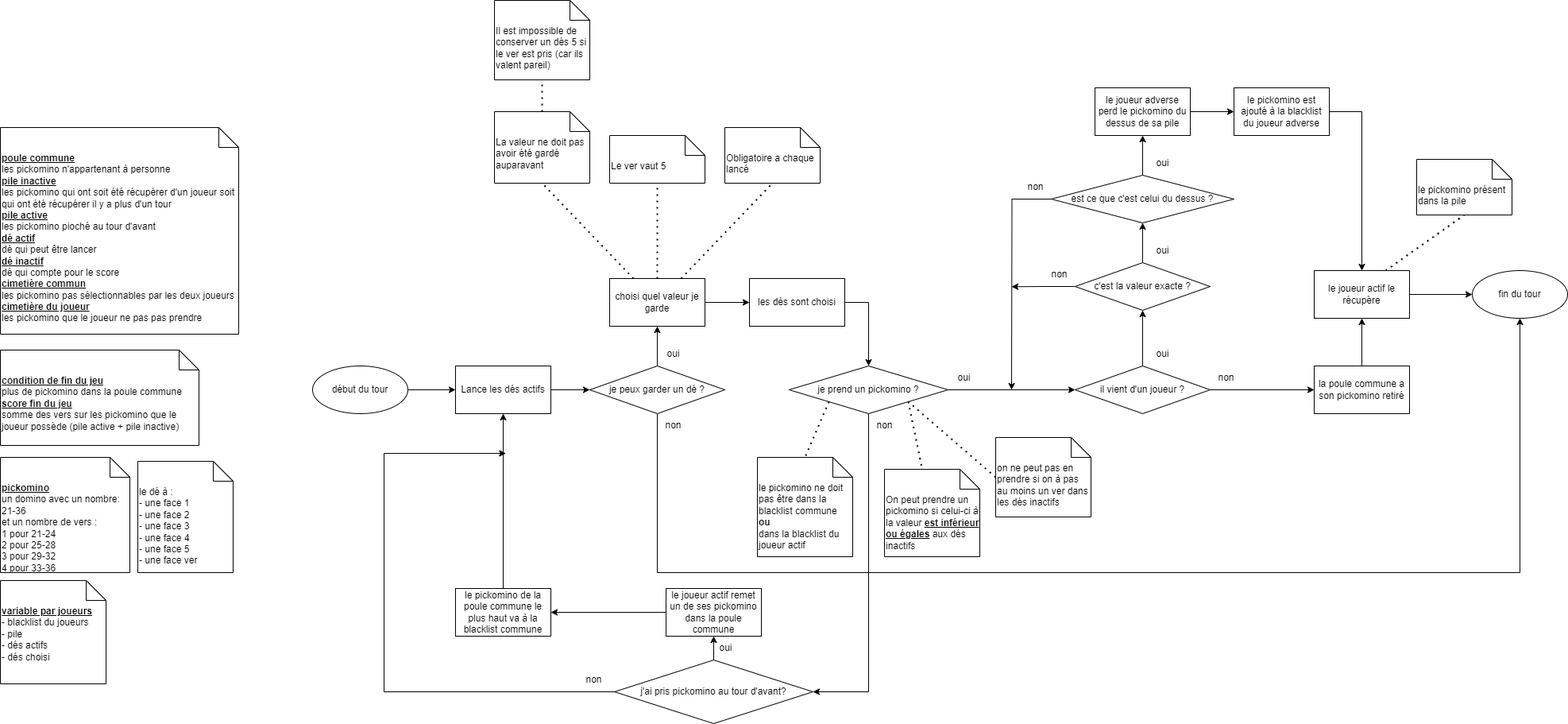
This is ressources/pickomino.png from Davosthecool/Pickomino, a draw.io export, as it was before one commit. Source tidied: cells renumbered, new cells last; positions are measured from the earlier drawing's top-left corner, leaving out a move shared by most shapes.
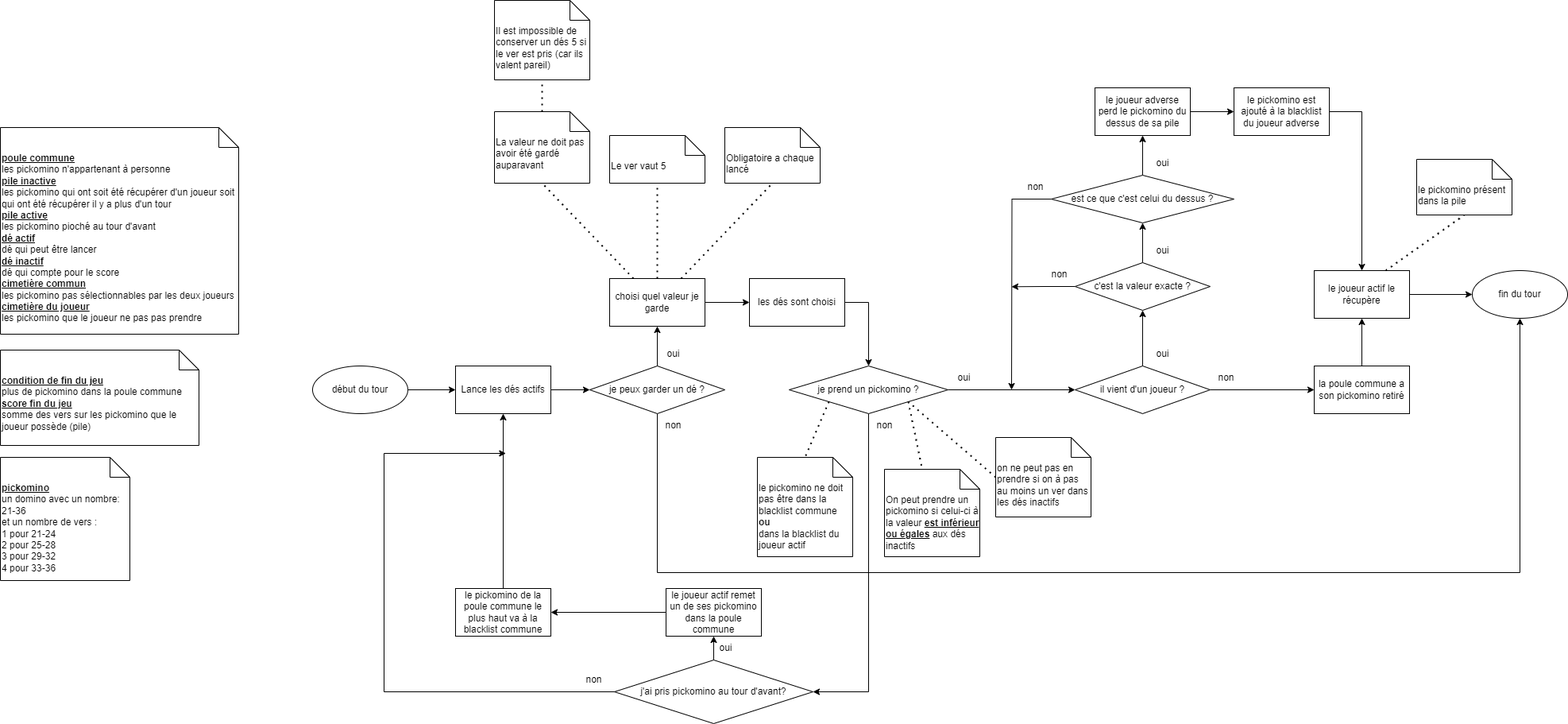
After the change.

Change to the diagram source:
```diff
@@ -127,9 +127,6 @@
     <mxCell id="41" value="le joueur actif le récupère" style="rounded=0;whiteSpace=wrap;html=1;" parent="1" vertex="1">
       <mxGeometry x="1654" y="340" width="120" height="60" as="geometry" />
     </mxCell>
-    <mxCell id="42" value="le dé à :&lt;br&gt;- une face 1&lt;br&gt;- une face 2&lt;br&gt;- une face 3&lt;br&gt;- une face 4&lt;br&gt;- une face 5&lt;br&gt;- une face ver" style="shape=note2;boundedLbl=1;whiteSpace=wrap;html=1;size=25;verticalAlign=top;align=left;" parent="1" vertex="1">
-      <mxGeometry x="173" y="580" width="120" height="140" as="geometry" />
-    </mxCell>
     <mxCell id="43" value="&lt;b&gt;&lt;u&gt;poule commune&lt;/u&gt;&lt;/b&gt;&lt;br&gt;les pickomino n'appartenant à personne&lt;br&gt;&lt;b&gt;&lt;u&gt;pile inactive&lt;br&gt;&lt;/u&gt;&lt;/b&gt;les pickomino qui ont soit été récupérer d'un joueur soit qui ont été récupérer il y a plus d'un tour&lt;br&gt;&lt;b style=&quot;text-decoration-line: underline;&quot;&gt;pile active&lt;/b&gt;&lt;br&gt;les pickomino pioché au tour d'avant&lt;br&gt;&lt;b&gt;&lt;u&gt;dé actif&lt;/u&gt;&lt;/b&gt;&lt;br&gt;dé qui peut être lancer&lt;br&gt;&lt;b&gt;&lt;u&gt;dé inactif&lt;/u&gt;&lt;/b&gt;&lt;br&gt;dé qui compte pour le score&lt;br&gt;&lt;b&gt;&lt;u&gt;cimetière commun&lt;/u&gt;&lt;/b&gt;&lt;br&gt;les pickomino pas sélectionnables par les deux joueurs&lt;br&gt;&lt;b&gt;&lt;u&gt;cimetière du joueur&lt;/u&gt;&lt;/b&gt;&lt;br&gt;les pickomino que le joueur ne pas pas prendre" style="shape=note2;boundedLbl=1;whiteSpace=wrap;html=1;size=25;verticalAlign=top;align=left;" parent="1" vertex="1">
       <mxGeometry y="160" width="300" height="260" as="geometry" />
     </mxCell>
@@ -215,12 +212,9 @@
     <mxCell id="67" style="endArrow=none;dashed=1;html=1;dashPattern=1 3;strokeWidth=2;rounded=0;exitX=0;exitY=1;exitDx=0;exitDy=0;entryX=0.5;entryY=0;entryDx=0;entryDy=0;entryPerimeter=0;" parent="1" edge="1" source="6" target="66">
       <mxGeometry relative="1" as="geometry" />
     </mxCell>
-    <mxCell id="68" value="&lt;b&gt;&lt;u&gt;condition de fin du jeu&lt;/u&gt;&lt;/b&gt;&lt;br&gt;plus de pickomino dans la poule commune&lt;br&gt;&lt;b&gt;&lt;u&gt;score fin du jeu&lt;/u&gt;&lt;/b&gt;&lt;br&gt;somme des vers sur les pickomino que le joueur possède (pile active + pile inactive)" style="shape=note2;boundedLbl=1;whiteSpace=wrap;html=1;size=25;verticalAlign=top;align=left;" parent="1" vertex="1">
+    <mxCell id="68" value="&lt;b&gt;&lt;u&gt;condition de fin du jeu&lt;/u&gt;&lt;/b&gt;&lt;br&gt;plus de pickomino dans la poule commune&lt;br&gt;&lt;b&gt;&lt;u&gt;score fin du jeu&lt;/u&gt;&lt;/b&gt;&lt;br&gt;somme des vers sur les pickomino que le joueur possède (pile)" style="shape=note2;boundedLbl=1;whiteSpace=wrap;html=1;size=25;verticalAlign=top;align=left;" parent="1" vertex="1">
       <mxGeometry y="440" width="250" height="120" as="geometry" />
     </mxCell>
-    <mxCell id="69" value="&lt;u style=&quot;&quot;&gt;&lt;b&gt;variable par joueurs&lt;br&gt;&lt;/b&gt;&lt;/u&gt;- blacklist du joueurs&lt;br&gt;- pile&lt;br&gt;- dés actifs&lt;br&gt;- dés&amp;nbsp;choisi" style="shape=note2;boundedLbl=1;whiteSpace=wrap;html=1;size=25;verticalAlign=top;align=left;" parent="1" vertex="1">
-      <mxGeometry y="730" width="133" height="130" as="geometry" />
-    </mxCell>
     <mxCell id="70" style="edgeStyle=orthogonalEdgeStyle;rounded=0;jettySize=auto;html=1;exitX=0.5;exitY=0;exitDx=0;exitDy=0;entryX=0.5;entryY=1;entryDx=0;entryDy=0;" parent="1" edge="1" source="72" target="48">
       <mxGeometry relative="1" as="geometry" />
     </mxCell>
@@ -239,7 +233,7 @@
       <mxGeometry x="1443" y="300" width="40" height="30" as="geometry" />
     </mxCell>
     <mxCell id="75" value="&lt;u style=&quot;&quot;&gt;&lt;b&gt;pickomino&lt;br&gt;&lt;/b&gt;&lt;/u&gt;un domino avec un nombre:&lt;br&gt;21-36&lt;br&gt;et un nombre de vers :&lt;br&gt;1 pour 21-24&lt;br&gt;2 pour 25-28&lt;br&gt;3 pour 29-32&lt;br&gt;4 pour 33-36" style="shape=note2;boundedLbl=1;whiteSpace=wrap;html=1;size=25;verticalAlign=top;align=left;" parent="1" vertex="1">
-      <mxGeometry y="575" width="163" height="145" as="geometry" />
+      <mxGeometry y="575" width="163" height="155" as="geometry" />
     </mxCell>
   </root>
 </mxGraphModel>
```
